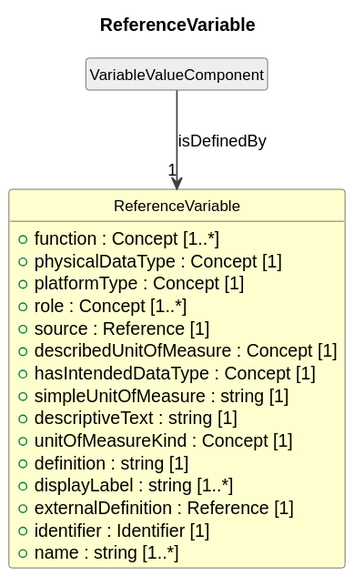
The PlantUML diagram cdif-uml-model/_plantuml/cdifDataStructure/Classes/ReferenceVariable.svg in Cross-Domain-Interoperability-Framework/metadataBuildingBlocks, before a commit. Source of this version:
```plantuml
@startuml
title ReferenceVariable
hide circle
hide empty members
skinparam shadowing false
skinparam ArrowThickness 1.2
skinparam class {
  ArrowColor #404040
  BorderColor #404040
  FontSize 12
}

class "ReferenceVariable" as ReferenceVariable #FEFECE {
  +function : Concept [1..*]
  +physicalDataType : Concept [1]
  +platformType : Concept [1]
  +role : Concept [1..*]
  +source : Reference [1]
  +describedUnitOfMeasure : Concept [1]
  +hasIntendedDataType : Concept [1]
  +simpleUnitOfMeasure : string [1]
  +descriptiveText : string [1]
  +unitOfMeasureKind : Concept [1]
  +definition : string [1]
  +displayLabel : string [1..*]
  +externalDefinition : Reference [1]
  +identifier : Identifier [1]
  +name : string [1..*]
}
class "VariableValueComponent" as VariableValueComponent #EEEEEE
VariableValueComponent --> "1" ReferenceVariable : isDefinedBy
@enduml
```
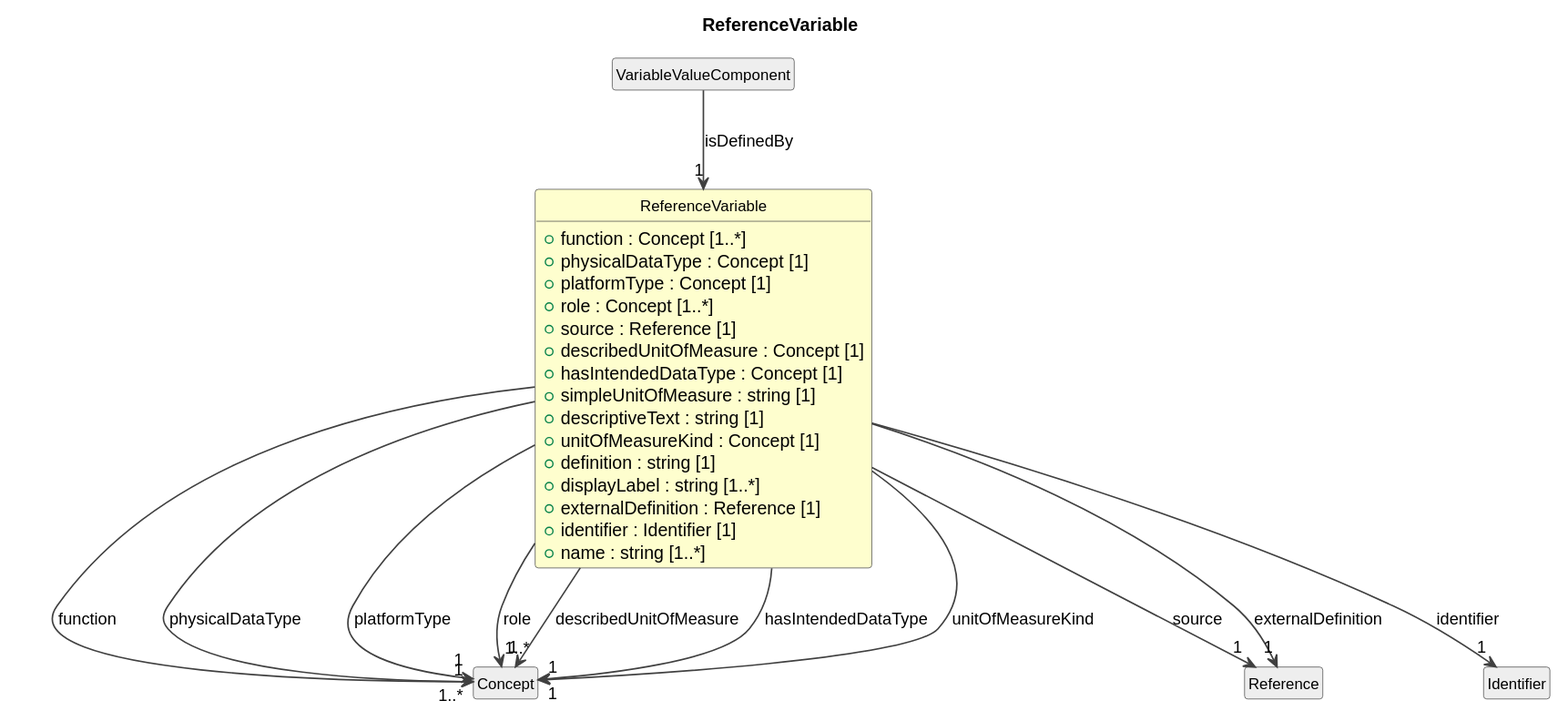
Above is the later version.

Change to the diagram source:
```diff
@@ -29,4 +29,17 @@
 }
 class "VariableValueComponent" as VariableValueComponent #EEEEEE
 VariableValueComponent --> "1" ReferenceVariable : isDefinedBy
+class "Concept" as Concept #EEEEEE
+ReferenceVariable --> "1..*" Concept : function
+ReferenceVariable --> "1" Concept : physicalDataType
+ReferenceVariable --> "1" Concept : platformType
+ReferenceVariable --> "1..*" Concept : role
+class "Reference" as Reference #EEEEEE
+ReferenceVariable --> "1" Reference : source
+ReferenceVariable --> "1" Concept : describedUnitOfMeasure
+ReferenceVariable --> "1" Concept : hasIntendedDataType
+ReferenceVariable --> "1" Concept : unitOfMeasureKind
+ReferenceVariable --> "1" Reference : externalDefinition
+class "Identifier" as Identifier #EEEEEE
+ReferenceVariable --> "1" Identifier : identifier
 @enduml
```
